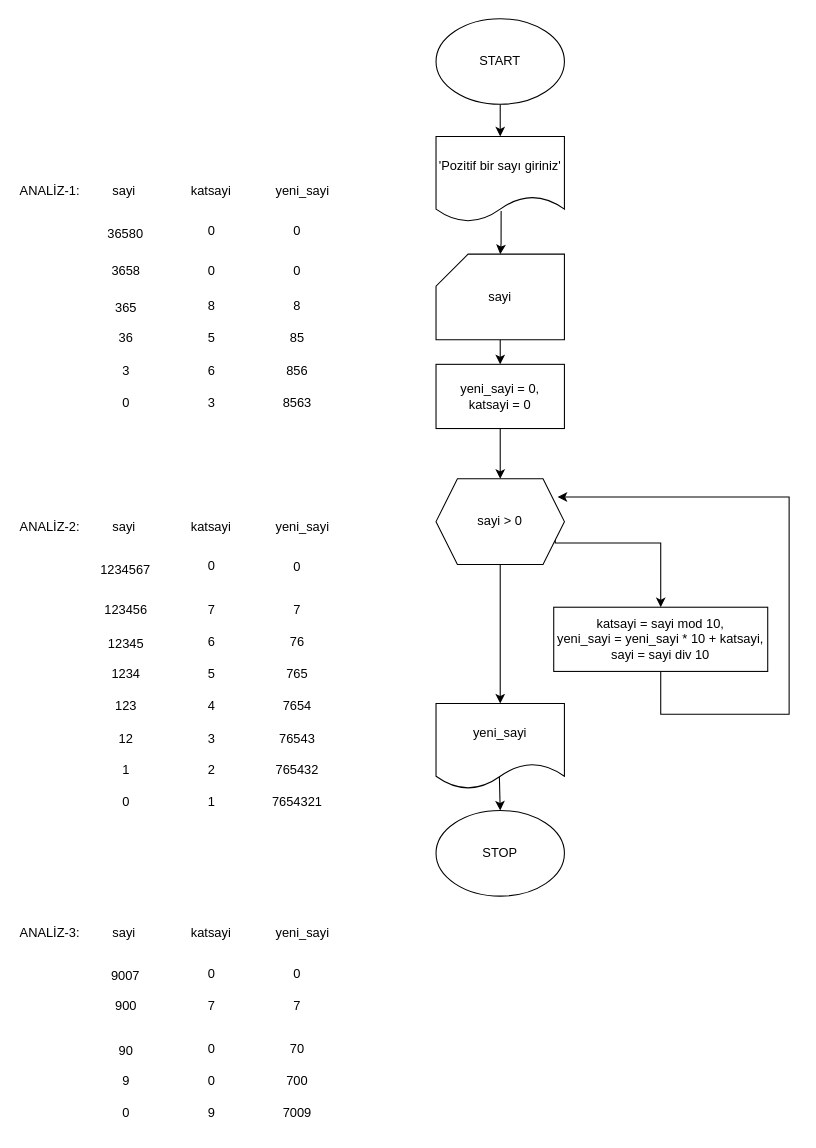
berat1yvz/Rocket_RecoverySystem_Schematic_draw.io-YRT keeps this draw.io diagram as odev2_soru1.drawio. Above is the earlier version. Source tidied: cells renumbered, new cells numbered last; positions are measured from the earlier drawing's top-left corner, leaving out a move shared by most shapes. Both pictures are drawn from the tidied source at 107%, with x=0, y=0 at pixel (18, 18).
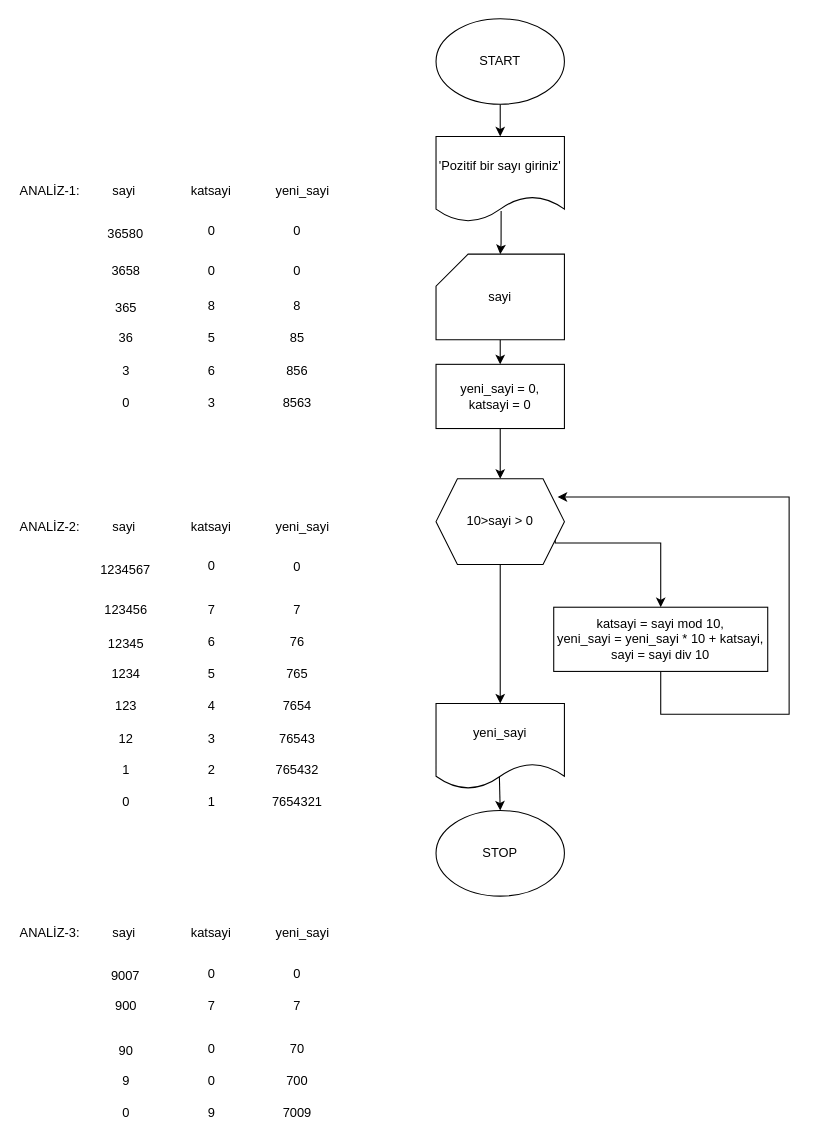
The same page after the edit.

The edit, as a diff of the source:
```diff
@@
-    <mxCell id="11" value="sayi &amp;gt; 0" style="shape=hexagon;perimeter=hexagonPerimeter2;whiteSpace=wrap;html=1;fixedSize=1;" parent="1" vertex="1">
+    <mxCell id="11" value="10&amp;gt;sayi &amp;gt; 0" style="shape=hexagon;perimeter=hexagonPerimeter2;whiteSpace=wrap;html=1;fixedSize=1;" parent="1" vertex="1">
       <mxGeometry x="390" y="430" width="120" height="80" as="geometry" />
     </mxCell>
```
